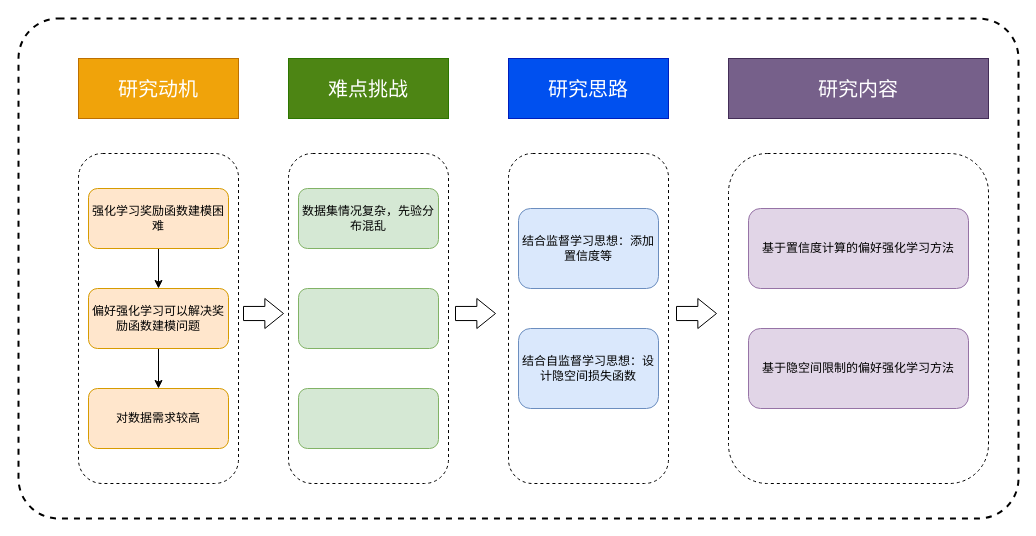
This is 研究过程关系图.drawio from gyh-ustc/Graduation-Dissertation, a draw.io file, before an edit. Source tidied: cells renumbered, new cells numbered last; positions are measured from the earlier drawing's top-left corner, leaving out a move shared by most shapes. Both pictures are drawn from the tidied source at 100%, with x=0, y=0 at pixel (18, 18).
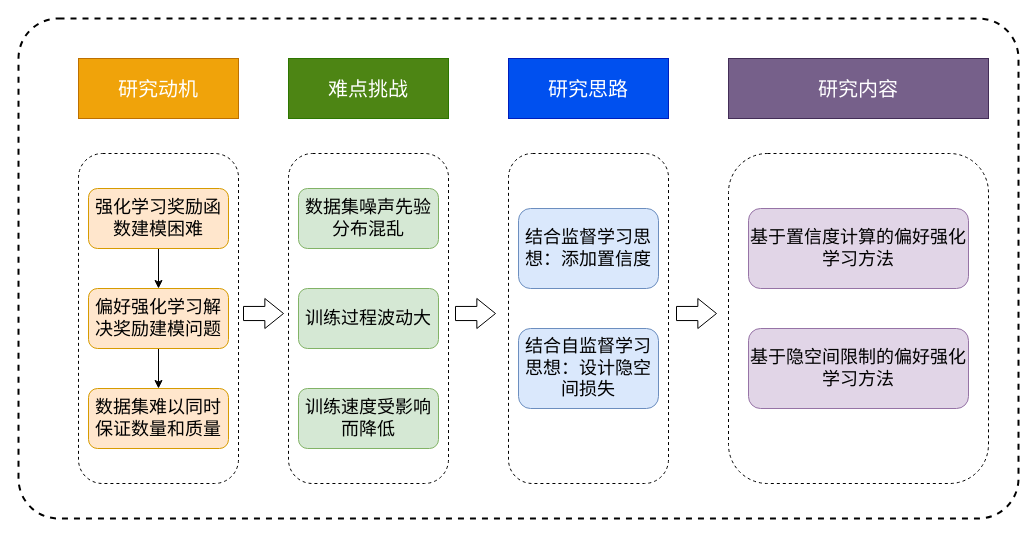
After the change.

Commit message:
更新研究过程关系图.drawio

Diff of the diagram source:
```diff
@@
-    <mxCell id="12" value="强化学习奖励函数建模困难" style="rounded=1;whiteSpace=wrap;html=1;fillColor=#ffe6cc;strokeColor=#d79b00;" parent="1" vertex="1">
+    <mxCell id="12" value="&lt;font style=&quot;font-size: 18px;&quot;&gt;强化学习奖励函数建模困难&lt;/font&gt;" style="rounded=1;whiteSpace=wrap;html=1;fillColor=#ffe6cc;strokeColor=#d79b00;" parent="1" vertex="1">
       <mxGeometry x="70" y="170" width="140" height="60" as="geometry" />
     </mxCell>
@@
-    <mxCell id="14" value="偏好强化学习可以解决奖励函数建模问题" style="rounded=1;whiteSpace=wrap;html=1;fillColor=#ffe6cc;strokeColor=#d79b00;" parent="1" vertex="1">
+    <mxCell id="14" value="&lt;font style=&quot;font-size: 18px;&quot;&gt;偏好强化学习解决奖励建模问题&lt;/font&gt;" style="rounded=1;whiteSpace=wrap;html=1;fillColor=#ffe6cc;strokeColor=#d79b00;" parent="1" vertex="1">
       <mxGeometry x="70" y="270" width="140" height="60" as="geometry" />
     </mxCell>
-    <mxCell id="15" value="对数据需求较高" style="rounded=1;whiteSpace=wrap;html=1;fillColor=#ffe6cc;strokeColor=#d79b00;" parent="1" vertex="1">
+    <mxCell id="15" value="&lt;font style=&quot;font-size: 18px;&quot;&gt;数据集难以同时保证数量和质量&lt;/font&gt;" style="rounded=1;whiteSpace=wrap;html=1;fillColor=#ffe6cc;strokeColor=#d79b00;" parent="1" vertex="1">
       <mxGeometry x="70" y="370" width="140" height="60" as="geometry" />
     </mxCell>
-    <mxCell id="16" value="数据集情况复杂，先验分布混乱" style="rounded=1;whiteSpace=wrap;html=1;fillColor=#d5e8d4;strokeColor=#82b366;" parent="1" vertex="1">
+    <mxCell id="16" value="&lt;font style=&quot;font-size: 18px;&quot;&gt;数据集噪声先验分布混乱&lt;/font&gt;" style="rounded=1;whiteSpace=wrap;html=1;fillColor=#d5e8d4;strokeColor=#82b366;" parent="1" vertex="1">
       <mxGeometry x="280" y="170" width="140" height="60" as="geometry" />
     </mxCell>
-    <mxCell id="17" style="rounded=1;whiteSpace=wrap;html=1;fillColor=#d5e8d4;strokeColor=#82b366;" parent="1" vertex="1">
+    <mxCell id="17" value="&lt;font style=&quot;font-size: 18px;&quot;&gt;训练过程波动大&lt;/font&gt;" style="rounded=1;whiteSpace=wrap;html=1;fillColor=#d5e8d4;strokeColor=#82b366;" parent="1" vertex="1">
       <mxGeometry x="280" y="270" width="140" height="60" as="geometry" />
     </mxCell>
-    <mxCell id="18" style="rounded=1;whiteSpace=wrap;html=1;fillColor=#d5e8d4;strokeColor=#82b366;" parent="1" vertex="1">
+    <mxCell id="18" value="&lt;font style=&quot;font-size: 18px;&quot;&gt;训练速度受影响而降低&lt;/font&gt;" style="rounded=1;whiteSpace=wrap;html=1;fillColor=#d5e8d4;strokeColor=#82b366;" parent="1" vertex="1">
       <mxGeometry x="280" y="370" width="140" height="60" as="geometry" />
     </mxCell>
-    <mxCell id="19" value="结合监督学习思想：添加置信度等" style="rounded=1;whiteSpace=wrap;html=1;fillColor=#dae8fc;strokeColor=#6c8ebf;" parent="1" vertex="1">
+    <mxCell id="19" value="&lt;font style=&quot;font-size: 18px;&quot;&gt;结合监督学习思想：添加置信度&lt;/font&gt;" style="rounded=1;whiteSpace=wrap;html=1;fillColor=#dae8fc;strokeColor=#6c8ebf;" parent="1" vertex="1">
       <mxGeometry x="500" y="190" width="140" height="80" as="geometry" />
     </mxCell>
-    <mxCell id="20" value="基于置信度计算的偏好强化学习方法" style="rounded=1;whiteSpace=wrap;html=1;fillColor=#e1d5e7;strokeColor=#9673a6;" parent="1" vertex="1">
+    <mxCell id="20" value="&lt;font style=&quot;font-size: 18px;&quot;&gt;基于置信度计算的偏好强化学习方法&lt;/font&gt;" style="rounded=1;whiteSpace=wrap;html=1;fillColor=#e1d5e7;strokeColor=#9673a6;" parent="1" vertex="1">
       <mxGeometry x="730" y="190" width="220" height="80" as="geometry" />
     </mxCell>
-    <mxCell id="21" value="基于隐空间限制的偏好强化学习方法" style="rounded=1;whiteSpace=wrap;html=1;fillColor=#e1d5e7;strokeColor=#9673a6;" parent="1" vertex="1">
+    <mxCell id="21" value="&lt;font style=&quot;font-size: 18px;&quot;&gt;基于隐空间限制的偏好强化学习方法&lt;/font&gt;" style="rounded=1;whiteSpace=wrap;html=1;fillColor=#e1d5e7;strokeColor=#9673a6;" parent="1" vertex="1">
       <mxGeometry x="730" y="310" width="220" height="80" as="geometry" />
     </mxCell>
-    <mxCell id="22" value="结合自监督学习思想：设计隐空间损失函数" style="rounded=1;whiteSpace=wrap;html=1;fillColor=#dae8fc;strokeColor=#6c8ebf;" parent="1" vertex="1">
+    <mxCell id="22" value="&lt;font style=&quot;font-size: 18px;&quot;&gt;结合自监督学习思想：设计隐空间损失&lt;/font&gt;" style="rounded=1;whiteSpace=wrap;html=1;fillColor=#dae8fc;strokeColor=#6c8ebf;" parent="1" vertex="1">
       <mxGeometry x="500" y="310" width="140" height="80" as="geometry" />
     </mxCell>
```
